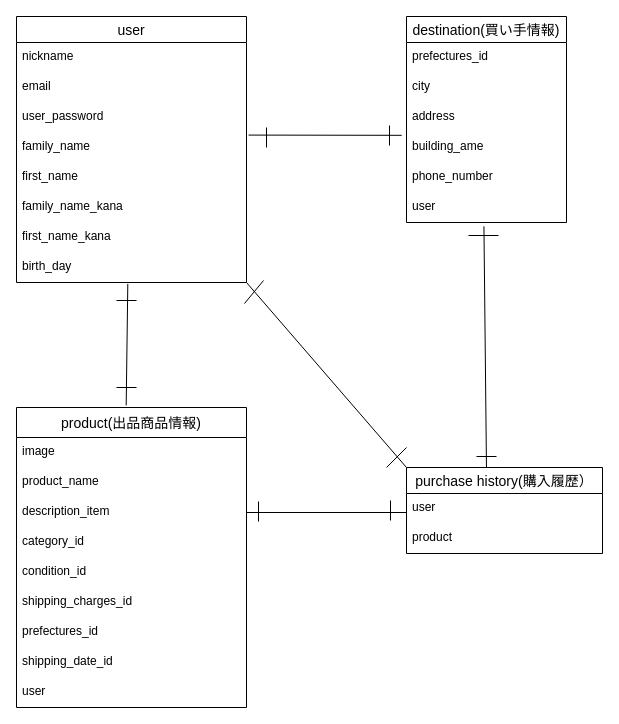
The draw.io diagram er.dio in takahiro0326/furima-40449, before the edit. Source tidied: cells renumbered, new cells numbered last; positions are measured from the earlier drawing's top-left corner, leaving out a move shared by most shapes. Both pictures are drawn from the tidied source at 100%, with x=0, y=0 at pixel (16, 16).
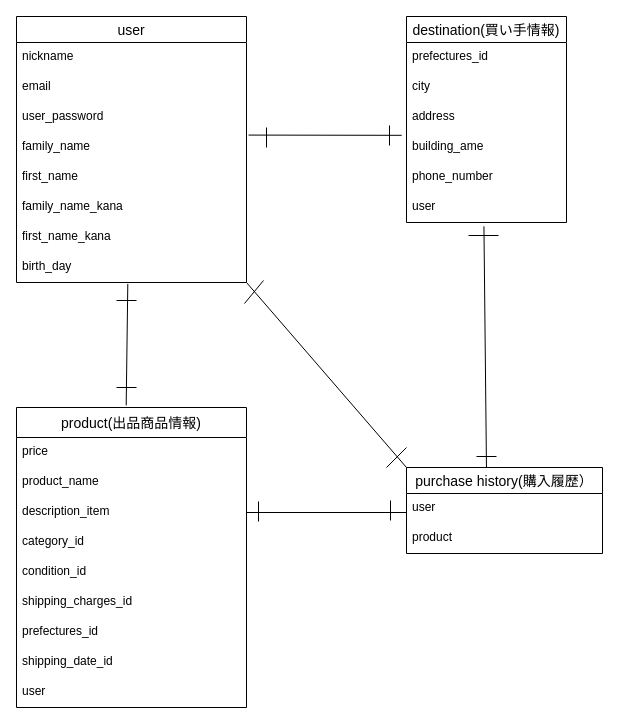
The same page after the edit.

Commit message (it also covers changes not shown here):
データベース設計

The change refers to these unchanged cells:
```xml
<mxCell id="11" value="product(出品商品情報)" style="swimlane;fontStyle=0;horizontal=1;startSize=30;align=center;fontSize=14;" parent="1" vertex="1">
  <mxGeometry y="391" width="230" height="300" as="geometry" />
</mxCell>
```

Diff of the diagram source:
```diff
@@
-    <mxCell id="12" value="image" style="text;strokeColor=none;fillColor=none;spacingLeft=4;spacingRight=4;overflow=hidden;fontSize=12;" parent="11" vertex="1">
+    <mxCell id="12" value="price" style="text;strokeColor=none;fillColor=none;spacingLeft=4;spacingRight=4;overflow=hidden;fontSize=12;" parent="11" vertex="1">
       <mxGeometry y="30" width="230" height="30" as="geometry" />
     </mxCell>
```
